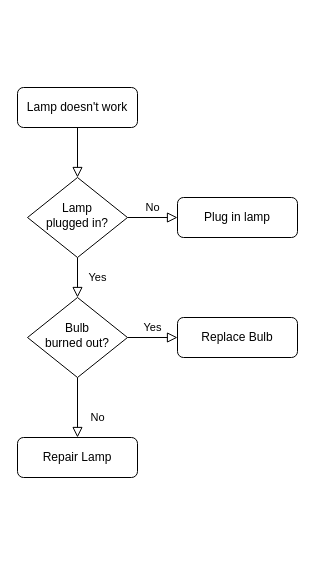
Above: ScreenFlow_Diagram.drawio in William-Fraser/William-Fraser (draw.io), before the change. Source tidied: cells renumbered, new cells numbered last; positions are measured from the earlier drawing's top-left corner, leaving out a move shared by most shapes. Both pictures are drawn from the tidied source at 100%, with x=0, y=0 at pixel (17, 87).
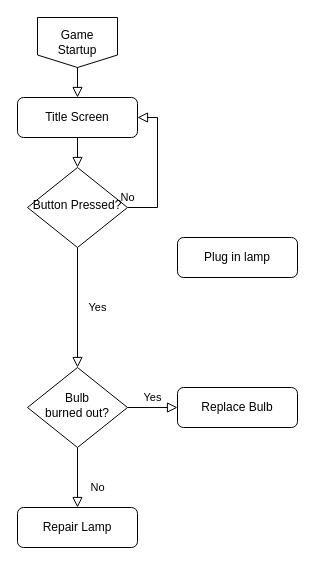
The same page after the edit.

The edit, as a diff of the source:
```diff
@@
 <mxGraphModel>
   <root>
     <mxCell id="0" />
     <mxCell id="1" parent="0" />
-    <mxCell id="2" style="rounded=0;html=1;jettySize=auto;fontSize=11;endArrow=block;endFill=0;endSize=8;strokeWidth=1;shadow=0;labelBackgroundColor=none;edgeStyle=orthogonalEdgeStyle;" parent="1" edge="1" source="3" target="6">
-      <mxGeometry relative="1" as="geometry" />
+    <mxCell id="2" style="rounded=0;html=1;jettySize=auto;fontSize=11;endArrow=block;endFill=0;endSize=8;strokeWidth=1;shadow=0;labelBackgroundColor=none;edgeStyle=orthogonalEdgeStyle;entryX=0.5;entryY=0;entryDx=0;entryDy=0;" parent="1" edge="1" source="3" target="6">
+      <mxGeometry relative="1" as="geometry">
+        <Array as="points">
+          <mxPoint x="60" y="50" />
+          <mxPoint x="60" y="50" />
+        </Array>
+      </mxGeometry>
     </mxCell>
-    <mxCell id="3" value="Lamp doesn't work" style="rounded=1;whiteSpace=wrap;html=1;fontSize=12;glass=0;strokeWidth=1;shadow=0;" parent="1" vertex="1">
-      <mxGeometry width="120" height="40" as="geometry" />
+    <mxCell id="3" value="Title Screen" style="rounded=1;whiteSpace=wrap;html=1;fontSize=12;glass=0;strokeWidth=1;shadow=0;" parent="1" vertex="1">
+      <mxGeometry y="10" width="120" height="40" as="geometry" />
     </mxCell>
     <mxCell id="4" value="Yes" style="rounded=0;html=1;jettySize=auto;fontSize=11;endArrow=block;endFill=0;endSize=8;strokeWidth=1;shadow=0;labelBackgroundColor=none;edgeStyle=orthogonalEdgeStyle;" parent="1" edge="1" source="6" target="10">
       <mxGeometry y="20" relative="1" as="geometry" />
     </mxCell>
-    <mxCell id="5" value="No" style="edgeStyle=orthogonalEdgeStyle;rounded=0;html=1;jettySize=auto;fontSize=11;endArrow=block;endFill=0;endSize=8;strokeWidth=1;shadow=0;labelBackgroundColor=none;" parent="1" edge="1" source="6" target="7">
-      <mxGeometry y="10" relative="1" as="geometry" />
+    <mxCell id="5" value="No" style="edgeStyle=orthogonalEdgeStyle;rounded=0;html=1;jettySize=auto;fontSize=11;endArrow=block;endFill=0;endSize=8;strokeWidth=1;shadow=0;labelBackgroundColor=none;entryX=1;entryY=0.5;entryDx=0;entryDy=0;" parent="1" edge="1" source="6" target="3">
+      <mxGeometry x="-1" y="10" relative="1" as="geometry">
+        <Array as="points">
+          <mxPoint x="140" y="120" />
+          <mxPoint x="140" y="30" />
+        </Array>
+      </mxGeometry>
     </mxCell>
-    <mxCell id="6" value="Lamp&lt;br&gt;plugged in?" style="rhombus;whiteSpace=wrap;html=1;shadow=0;fontFamily=Helvetica;fontSize=12;align=center;strokeWidth=1;spacing=6;spacingTop=-4;" parent="1" vertex="1">
-      <mxGeometry x="10" y="90" width="100" height="80" as="geometry" />
+    <mxCell id="6" value="Button Pressed?" style="rhombus;whiteSpace=wrap;html=1;shadow=0;fontFamily=Helvetica;fontSize=12;align=center;strokeWidth=1;spacing=6;spacingTop=-4;" parent="1" vertex="1">
+      <mxGeometry x="10" y="80" width="100" height="80" as="geometry" />
     </mxCell>
     <mxCell id="7" value="Plug in lamp" style="rounded=1;whiteSpace=wrap;html=1;fontSize=12;glass=0;strokeWidth=1;shadow=0;" parent="1" vertex="1">
-      <mxGeometry x="160" y="110" width="120" height="40" as="geometry" />
+      <mxGeometry x="160" y="150" width="120" height="40" as="geometry" />
     </mxCell>
     <mxCell id="8" value="No" style="rounded=0;html=1;jettySize=auto;fontSize=11;endArrow=block;endFill=0;endSize=8;strokeWidth=1;shadow=0;labelBackgroundColor=none;edgeStyle=orthogonalEdgeStyle;" parent="1" edge="1" source="10" target="11">
       <mxGeometry x="0.33" y="20" relative="1" as="geometry" />
     </mxCell>
     <mxCell id="9" value="Yes" style="edgeStyle=orthogonalEdgeStyle;rounded=0;html=1;jettySize=auto;fontSize=11;endArrow=block;endFill=0;endSize=8;strokeWidth=1;shadow=0;labelBackgroundColor=none;" parent="1" edge="1" source="10" target="12">
       <mxGeometry y="10" relative="1" as="geometry" />
     </mxCell>
     <mxCell id="10" value="Bulb&lt;br&gt;burned out?" style="rhombus;whiteSpace=wrap;html=1;shadow=0;fontFamily=Helvetica;fontSize=12;align=center;strokeWidth=1;spacing=6;spacingTop=-4;" parent="1" vertex="1">
-      <mxGeometry x="10" y="210" width="100" height="80" as="geometry" />
+      <mxGeometry x="10" y="280" width="100" height="80" as="geometry" />
     </mxCell>
     <mxCell id="11" value="Repair Lamp" style="rounded=1;whiteSpace=wrap;html=1;fontSize=12;glass=0;strokeWidth=1;shadow=0;" parent="1" vertex="1">
-      <mxGeometry y="350" width="120" height="40" as="geometry" />
+      <mxGeometry y="420" width="120" height="40" as="geometry" />
     </mxCell>
     <mxCell id="12" value="Replace Bulb" style="rounded=1;whiteSpace=wrap;html=1;fontSize=12;glass=0;strokeWidth=1;shadow=0;" parent="1" vertex="1">
-      <mxGeometry x="160" y="230" width="120" height="40" as="geometry" />
+      <mxGeometry x="160" y="300" width="120" height="40" as="geometry" />
     </mxCell>
+    <mxCell id="13" style="edgeStyle=orthogonalEdgeStyle;rounded=0;jettySize=auto;html=1;endArrow=block;endFill=0;endSize=8;entryX=0.5;entryY=0;entryDx=0;entryDy=0;" parent="1" edge="1" source="14" target="3">
+      <mxGeometry relative="1" as="geometry" />
+    </mxCell>
+    <mxCell id="14" value="Game &lt;br&gt;Startup&lt;br&gt;" style="shape=offPageConnector;whiteSpace=wrap;html=1;size=0.25;" parent="1" vertex="1">
+      <mxGeometry x="20" y="-70" width="80" height="50" as="geometry" />
+    </mxCell>
   </root>
 </mxGraphModel>
```
